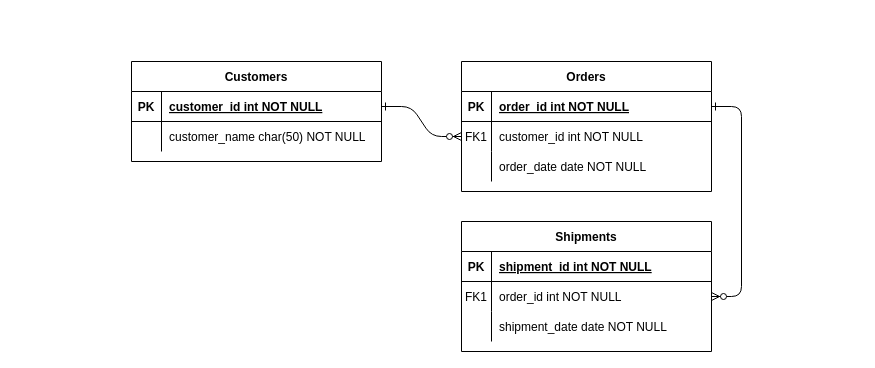
This is Author_Books.drawio from er1k23/DB_Diagrams, a draw.io file, before an edit. Source tidied: cells renumbered, new cells numbered last; positions are measured from the earlier drawing's top-left corner, leaving out a move shared by most shapes. Both pictures are drawn from the tidied source at 100%, with x=0, y=0 at pixel (131, 61).
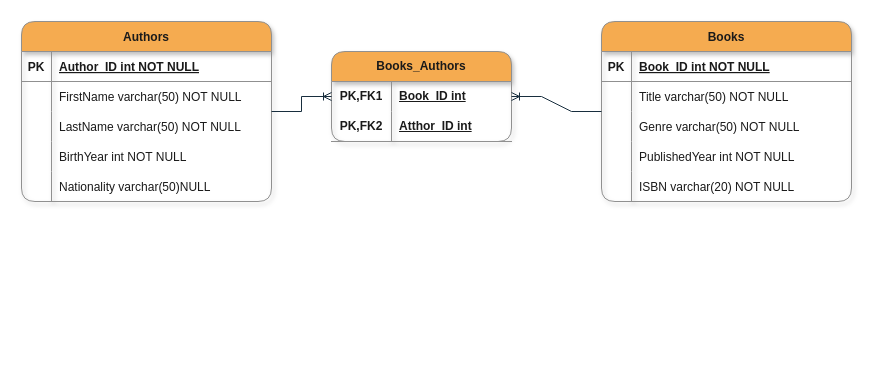
Above is the later version.

Change to the diagram source:
```diff
@@
-    <mxCell id="2" style="edgeStyle=entityRelationEdgeStyle;endArrow=ERzeroToMany;startArrow=ERone;endFill=1;startFill=0;" parent="1" edge="1" source="25" target="8">
-      <mxGeometry relative="1" as="geometry" />
-    </mxCell>
-    <mxCell id="3" style="edgeStyle=entityRelationEdgeStyle;endArrow=ERzeroToMany;startArrow=ERone;endFill=1;startFill=0;" parent="1" edge="1" source="5" target="18">
-      <mxGeometry relative="1" as="geometry" />
-    </mxCell>
-    <mxCell id="4" value="Orders" style="shape=table;startSize=30;childLayout=tableLayout;rowLines=0;fontStyle=1;align=center;" parent="1" vertex="1">
-      <mxGeometry x="330" width="250" height="130" as="geometry" />
+    <mxCell id="4" value="Books" style="shape=table;startSize=30;childLayout=tableLayout;rowLines=0;fontStyle=1;align=center;fillColor=#F5AB50;strokeColor=#909090;shadow=1;rounded=1;labelBackgroundColor=none;fontColor=#1A1A1A;" parent="1" vertex="1">
+      <mxGeometry x="470" y="-40" width="250" height="180" as="geometry" />
     </mxCell>
-    <mxCell id="5" style="shape=partialRectangle;fillColor=none;points=[[0,0.5],[1,0.5]];portConstraint=eastwest;top=0;left=0;right=0;bottom=1;" parent="4" vertex="1">
+    <mxCell id="5" style="shape=partialRectangle;fillColor=none;points=[[0,0.5],[1,0.5]];portConstraint=eastwest;top=0;left=0;right=0;bottom=1;labelBackgroundColor=none;strokeColor=#909090;fontColor=#1A1A1A;" parent="4" vertex="1">
       <mxGeometry y="30" width="250" height="30" as="geometry" />
     </mxCell>
-    <mxCell id="6" value="PK" style="shape=partialRectangle;overflow=hidden;fillColor=none;top=0;left=0;bottom=0;right=0;fontStyle=1;" parent="5" vertex="1">
+    <mxCell id="6" value="PK" style="shape=partialRectangle;overflow=hidden;fillColor=none;top=0;left=0;bottom=0;right=0;fontStyle=1;labelBackgroundColor=none;strokeColor=#909090;fontColor=#1A1A1A;" parent="5" vertex="1">
       <mxGeometry width="30" height="30" as="geometry" />
     </mxCell>
-    <mxCell id="7" value="order_id int NOT NULL " style="shape=partialRectangle;overflow=hidden;fillColor=none;top=0;left=0;bottom=0;right=0;align=left;spacingLeft=6;fontStyle=5;" parent="5" vertex="1">
+    <mxCell id="7" value="Book_ID int NOT NULL " style="shape=partialRectangle;overflow=hidden;fillColor=none;top=0;left=0;bottom=0;right=0;align=left;spacingLeft=6;fontStyle=5;labelBackgroundColor=none;strokeColor=#909090;fontColor=#1A1A1A;" parent="5" vertex="1">
       <mxGeometry x="30" width="220" height="30" as="geometry" />
     </mxCell>
-    <mxCell id="8" style="shape=partialRectangle;fillColor=none;points=[[0,0.5],[1,0.5]];portConstraint=eastwest;top=0;left=0;right=0;bottom=0;" parent="4" vertex="1">
+    <mxCell id="8" style="shape=partialRectangle;fillColor=none;points=[[0,0.5],[1,0.5]];portConstraint=eastwest;top=0;left=0;right=0;bottom=0;labelBackgroundColor=none;strokeColor=#909090;fontColor=#1A1A1A;" parent="4" vertex="1">
       <mxGeometry y="60" width="250" height="30" as="geometry" />
     </mxCell>
-    <mxCell id="9" value="FK1" style="shape=partialRectangle;overflow=hidden;fillColor=none;top=0;left=0;bottom=0;right=0;" parent="8" vertex="1">
+    <mxCell id="9" style="shape=partialRectangle;overflow=hidden;fillColor=none;top=0;left=0;bottom=0;right=0;labelBackgroundColor=none;strokeColor=#909090;fontColor=#1A1A1A;" parent="8" vertex="1">
       <mxGeometry width="30" height="30" as="geometry" />
     </mxCell>
-    <mxCell id="10" value="customer_id int NOT NULL" style="shape=partialRectangle;overflow=hidden;fillColor=none;top=0;left=0;bottom=0;right=0;align=left;spacingLeft=6;" parent="8" vertex="1">
+    <mxCell id="10" value="Title varchar(50) NOT NULL" style="shape=partialRectangle;overflow=hidden;fillColor=none;top=0;left=0;bottom=0;right=0;align=left;spacingLeft=6;labelBackgroundColor=none;strokeColor=#909090;fontColor=#1A1A1A;" parent="8" vertex="1">
       <mxGeometry x="30" width="220" height="30" as="geometry" />
     </mxCell>
-    <mxCell id="11" style="shape=partialRectangle;fillColor=none;top=0;left=0;right=0;bottom=0;" parent="4" vertex="1">
+    <mxCell id="11" style="shape=partialRectangle;fillColor=none;top=0;left=0;right=0;bottom=0;labelBackgroundColor=none;strokeColor=#909090;fontColor=#1A1A1A;" parent="4" vertex="1">
       <mxGeometry y="90" width="250" height="30" as="geometry" />
     </mxCell>
-    <mxCell id="12" style="shape=partialRectangle;overflow=hidden;fillColor=none;top=0;left=0;bottom=0;right=0;" parent="11" vertex="1">
+    <mxCell id="12" style="shape=partialRectangle;overflow=hidden;fillColor=none;top=0;left=0;bottom=0;right=0;labelBackgroundColor=none;strokeColor=#909090;fontColor=#1A1A1A;" parent="11" vertex="1">
       <mxGeometry width="30" height="30" as="geometry" />
     </mxCell>
-    <mxCell id="13" value="order_date date NOT NULL" style="shape=partialRectangle;overflow=hidden;fillColor=none;top=0;left=0;bottom=0;right=0;align=left;spacingLeft=6;" parent="11" vertex="1">
+    <mxCell id="13" value="Genre varchar(50) NOT NULL" style="shape=partialRectangle;overflow=hidden;fillColor=none;top=0;left=0;bottom=0;right=0;align=left;spacingLeft=6;labelBackgroundColor=none;strokeColor=#909090;fontColor=#1A1A1A;" parent="11" vertex="1">
       <mxGeometry x="30" width="220" height="30" as="geometry" />
     </mxCell>
-    <mxCell id="14" value="Shipments" style="shape=table;startSize=30;childLayout=tableLayout;rowLines=0;fontStyle=1;align=center;" parent="1" vertex="1">
-      <mxGeometry x="330" y="160" width="250" height="130" as="geometry" />
-    </mxCell>
-    <mxCell id="15" style="shape=partialRectangle;fillColor=none;top=0;left=0;right=0;bottom=1;" parent="14" vertex="1">
-      <mxGeometry y="30" width="250" height="30" as="geometry" />
-    </mxCell>
-    <mxCell id="16" value="PK" style="shape=partialRectangle;overflow=hidden;fillColor=none;top=0;left=0;bottom=0;right=0;fontStyle=1;" parent="15" vertex="1">
-      <mxGeometry width="30" height="30" as="geometry" />
-    </mxCell>
-    <mxCell id="17" value="shipment_id int NOT NULL " style="shape=partialRectangle;overflow=hidden;fillColor=none;top=0;left=0;bottom=0;right=0;align=left;spacingLeft=6;fontStyle=5;" parent="15" vertex="1">
-      <mxGeometry x="30" width="220" height="30" as="geometry" />
-    </mxCell>
-    <mxCell id="18" style="shape=partialRectangle;fillColor=none;points=[[0,0.5],[1,0.5]];portConstraint=eastwest;top=0;left=0;right=0;bottom=0;" parent="14" vertex="1">
-      <mxGeometry y="60" width="250" height="30" as="geometry" />
-    </mxCell>
-    <mxCell id="19" value="FK1" style="shape=partialRectangle;overflow=hidden;fillColor=none;top=0;left=0;bottom=0;right=0;" parent="18" vertex="1">
-      <mxGeometry width="30" height="30" as="geometry" />
-    </mxCell>
-    <mxCell id="20" value="order_id int NOT NULL" style="shape=partialRectangle;overflow=hidden;fillColor=none;top=0;left=0;bottom=0;right=0;align=left;spacingLeft=6;" parent="18" vertex="1">
-      <mxGeometry x="30" width="220" height="30" as="geometry" />
-    </mxCell>
-    <mxCell id="21" style="shape=partialRectangle;fillColor=none;top=0;left=0;right=0;bottom=0;" parent="14" vertex="1">
-      <mxGeometry y="90" width="250" height="30" as="geometry" />
-    </mxCell>
-    <mxCell id="22" style="shape=partialRectangle;overflow=hidden;fillColor=none;top=0;left=0;bottom=0;right=0;" parent="21" vertex="1">
-      <mxGeometry width="30" height="30" as="geometry" />
-    </mxCell>
-    <mxCell id="23" value="shipment_date date NOT NULL" style="shape=partialRectangle;overflow=hidden;fillColor=none;top=0;left=0;bottom=0;right=0;align=left;spacingLeft=6;" parent="21" vertex="1">
-      <mxGeometry x="30" width="220" height="30" as="geometry" />
-    </mxCell>
+    <mxCell id="31" style="shape=partialRectangle;fillColor=none;top=0;left=0;right=0;bottom=0;labelBackgroundColor=none;strokeColor=#909090;fontColor=#1A1A1A;" parent="4" vertex="1">
+      <mxGeometry y="120" width="250" height="30" as="geometry" />
+    </mxCell>
+    <mxCell id="32" style="shape=partialRectangle;overflow=hidden;fillColor=none;top=0;left=0;bottom=0;right=0;labelBackgroundColor=none;strokeColor=#909090;fontColor=#1A1A1A;" parent="31" vertex="1">
+      <mxGeometry width="30" height="30" as="geometry" />
+    </mxCell>
+    <mxCell id="33" value="PublishedYear int NOT NULL" style="shape=partialRectangle;overflow=hidden;fillColor=none;top=0;left=0;bottom=0;right=0;align=left;spacingLeft=6;labelBackgroundColor=none;strokeColor=#909090;fontColor=#1A1A1A;" parent="31" vertex="1">
+      <mxGeometry x="30" width="220" height="30" as="geometry" />
+    </mxCell>
+    <mxCell id="34" style="shape=partialRectangle;fillColor=none;top=0;left=0;right=0;bottom=0;labelBackgroundColor=none;strokeColor=#909090;fontColor=#1A1A1A;" parent="4" vertex="1">
+      <mxGeometry y="150" width="250" height="30" as="geometry" />
+    </mxCell>
+    <mxCell id="35" style="shape=partialRectangle;overflow=hidden;fillColor=none;top=0;left=0;bottom=0;right=0;labelBackgroundColor=none;strokeColor=#909090;fontColor=#1A1A1A;" parent="34" vertex="1">
+      <mxGeometry width="30" height="30" as="geometry" />
+    </mxCell>
+    <mxCell id="36" value="ISBN varchar(20) NOT NULL" style="shape=partialRectangle;overflow=hidden;fillColor=none;top=0;left=0;bottom=0;right=0;align=left;spacingLeft=6;labelBackgroundColor=none;strokeColor=#909090;fontColor=#1A1A1A;" parent="34" vertex="1">
+      <mxGeometry x="30" width="220" height="30" as="geometry" />
+    </mxCell>
-    <mxCell id="24" value="Customers" style="shape=table;startSize=30;childLayout=tableLayout;rowLines=0;fontStyle=1;align=center;" parent="1" vertex="1">
-      <mxGeometry width="250" height="100" as="geometry" />
+    <mxCell id="24" value="Authors" style="shape=table;startSize=30;childLayout=tableLayout;rowLines=0;fontStyle=1;align=center;fillColor=#F5AB50;strokeColor=#909090;swimlaneLine=1;shadow=1;rounded=1;labelBackgroundColor=none;fontColor=#1A1A1A;" parent="1" vertex="1">
+      <mxGeometry x="-110" y="-40" width="250" height="180" as="geometry" />
     </mxCell>
-    <mxCell id="25" style="shape=partialRectangle;fillColor=none;points=[[0,0.5],[1,0.5]];portConstraint=eastwest;top=0;left=0;right=0;bottom=1;" parent="24" vertex="1">
+    <mxCell id="25" style="shape=partialRectangle;fillColor=none;points=[[0,0.5],[1,0.5]];portConstraint=eastwest;top=0;left=0;right=0;bottom=1;labelBackgroundColor=none;strokeColor=#909090;fontColor=#1A1A1A;" parent="24" vertex="1">
       <mxGeometry y="30" width="250" height="30" as="geometry" />
     </mxCell>
-    <mxCell id="26" value="PK" style="shape=partialRectangle;overflow=hidden;fillColor=none;top=0;left=0;bottom=0;right=0;fontStyle=1;" parent="25" vertex="1">
+    <mxCell id="26" value="PK" style="shape=partialRectangle;overflow=hidden;fillColor=none;top=0;left=0;bottom=0;right=0;fontStyle=1;labelBackgroundColor=none;strokeColor=#909090;fontColor=#1A1A1A;" parent="25" vertex="1">
       <mxGeometry width="30" height="30" as="geometry" />
     </mxCell>
-    <mxCell id="27" value="customer_id int NOT NULL " style="shape=partialRectangle;overflow=hidden;fillColor=none;top=0;left=0;bottom=0;right=0;align=left;spacingLeft=6;fontStyle=5;" parent="25" vertex="1">
+    <mxCell id="27" value="Author_ID int NOT NULL " style="shape=partialRectangle;overflow=hidden;fillColor=none;top=0;left=0;bottom=0;right=0;align=left;spacingLeft=6;fontStyle=5;labelBackgroundColor=none;strokeColor=#909090;fontColor=#1A1A1A;" parent="25" vertex="1">
       <mxGeometry x="30" width="220" height="30" as="geometry" />
     </mxCell>
-    <mxCell id="28" style="shape=partialRectangle;fillColor=none;top=0;left=0;right=0;bottom=0;" parent="24" vertex="1">
+    <mxCell id="28" style="shape=partialRectangle;fillColor=none;top=0;left=0;right=0;bottom=0;labelBackgroundColor=none;strokeColor=#909090;fontColor=#1A1A1A;" parent="24" vertex="1">
       <mxGeometry y="60" width="250" height="30" as="geometry" />
     </mxCell>
-    <mxCell id="29" style="shape=partialRectangle;overflow=hidden;fillColor=none;top=0;left=0;bottom=0;right=0;" parent="28" vertex="1">
+    <mxCell id="29" value="&#10;" style="shape=partialRectangle;overflow=hidden;fillColor=none;top=0;left=0;bottom=0;right=0;labelBackgroundColor=none;strokeColor=#909090;fontColor=#1A1A1A;" parent="28" vertex="1">
       <mxGeometry width="30" height="30" as="geometry" />
     </mxCell>
-    <mxCell id="30" value="customer_name char(50) NOT NULL" style="shape=partialRectangle;overflow=hidden;fillColor=none;top=0;left=0;bottom=0;right=0;align=left;spacingLeft=6;" parent="28" vertex="1">
+    <mxCell id="30" value="FirstName varchar(50) NOT NULL" style="shape=partialRectangle;overflow=hidden;fillColor=none;top=0;left=0;bottom=0;right=0;align=left;spacingLeft=6;labelBackgroundColor=none;strokeColor=#909090;fontColor=#1A1A1A;" parent="28" vertex="1">
       <mxGeometry x="30" width="220" height="30" as="geometry" />
     </mxCell>
+    <mxCell id="37" style="shape=partialRectangle;fillColor=none;top=0;left=0;right=0;bottom=0;labelBackgroundColor=none;strokeColor=#909090;fontColor=#1A1A1A;" parent="24" vertex="1">
+      <mxGeometry y="90" width="250" height="30" as="geometry" />
+    </mxCell>
+    <mxCell id="38" value="&#10;" style="shape=partialRectangle;overflow=hidden;fillColor=none;top=0;left=0;bottom=0;right=0;labelBackgroundColor=none;strokeColor=#909090;fontColor=#1A1A1A;" parent="37" vertex="1">
+      <mxGeometry width="30" height="30" as="geometry" />
+    </mxCell>
+    <mxCell id="39" value="LastName varchar(50) NOT NULL" style="shape=partialRectangle;overflow=hidden;fillColor=none;top=0;left=0;bottom=0;right=0;align=left;spacingLeft=6;labelBackgroundColor=none;strokeColor=#909090;fontColor=#1A1A1A;" parent="37" vertex="1">
+      <mxGeometry x="30" width="220" height="30" as="geometry" />
+    </mxCell>
+    <mxCell id="40" style="shape=partialRectangle;fillColor=none;top=0;left=0;right=0;bottom=0;labelBackgroundColor=none;strokeColor=#909090;fontColor=#1A1A1A;" parent="24" vertex="1">
+      <mxGeometry y="120" width="250" height="30" as="geometry" />
+    </mxCell>
+    <mxCell id="41" value="&#10;" style="shape=partialRectangle;overflow=hidden;fillColor=none;top=0;left=0;bottom=0;right=0;labelBackgroundColor=none;strokeColor=#909090;fontColor=#1A1A1A;" parent="40" vertex="1">
+      <mxGeometry width="30" height="30" as="geometry" />
+    </mxCell>
+    <mxCell id="42" value="BirthYear int NOT NULL" style="shape=partialRectangle;overflow=hidden;fillColor=none;top=0;left=0;bottom=0;right=0;align=left;spacingLeft=6;labelBackgroundColor=none;strokeColor=#909090;fontColor=#1A1A1A;" parent="40" vertex="1">
+      <mxGeometry x="30" width="220" height="30" as="geometry" />
+    </mxCell>
+    <mxCell id="43" style="shape=partialRectangle;fillColor=none;top=0;left=0;right=0;bottom=0;labelBackgroundColor=none;strokeColor=#909090;fontColor=#1A1A1A;" parent="24" vertex="1">
+      <mxGeometry y="150" width="250" height="30" as="geometry" />
+    </mxCell>
+    <mxCell id="44" value="&#10;" style="shape=partialRectangle;overflow=hidden;fillColor=none;top=0;left=0;bottom=0;right=0;labelBackgroundColor=none;strokeColor=#909090;fontColor=#1A1A1A;" parent="43" vertex="1">
+      <mxGeometry width="30" height="30" as="geometry" />
+    </mxCell>
+    <mxCell id="45" value="Nationality varchar(50)NULL" style="shape=partialRectangle;overflow=hidden;fillColor=none;top=0;left=0;bottom=0;right=0;align=left;spacingLeft=6;labelBackgroundColor=none;strokeColor=#909090;fontColor=#1A1A1A;" parent="43" vertex="1">
+      <mxGeometry x="30" width="220" height="30" as="geometry" />
+    </mxCell>
+    <mxCell id="46" value="Books_Authors" style="shape=table;startSize=30;childLayout=tableLayout;rowLines=0;fontStyle=1;align=center;html=1;whiteSpace=wrap;labelBackgroundColor=none;fillColor=#F5AB50;strokeColor=#909090;fontColor=#1A1A1A;rounded=1;shadow=1;" parent="1" vertex="1">
+      <mxGeometry x="200" y="-10" width="180" height="90" as="geometry" />
+    </mxCell>
+    <mxCell id="47" style="shape=tableRow;horizontal=0;startSize=0;swimlaneHead=0;swimlaneBody=0;fillColor=none;points=[[0,0.5],[1,0.5]];portConstraint=eastwest;top=0;left=0;right=0;bottom=0;html=1;labelBackgroundColor=none;strokeColor=#909090;fontColor=#1A1A1A;" parent="46" vertex="1">
+      <mxGeometry y="30" width="180" height="30" as="geometry" />
+    </mxCell>
+    <mxCell id="48" value="PK,FK1" style="shape=partialRectangle;fillColor=none;top=0;left=0;bottom=0;right=0;fontStyle=1;overflow=hidden;html=1;whiteSpace=wrap;labelBackgroundColor=none;strokeColor=#909090;fontColor=#1A1A1A;" parent="47" vertex="1">
+      <mxGeometry width="60" height="30" as="geometry" />
+    </mxCell>
+    <mxCell id="49" value="Book_ID int" style="shape=partialRectangle;fillColor=none;top=0;left=0;bottom=0;right=0;align=left;spacingLeft=6;fontStyle=5;overflow=hidden;html=1;whiteSpace=wrap;labelBackgroundColor=none;strokeColor=#909090;fontColor=#1A1A1A;" parent="47" vertex="1">
+      <mxGeometry x="60" width="120" height="30" as="geometry" />
+    </mxCell>
+    <mxCell id="50" style="shape=tableRow;horizontal=0;startSize=0;swimlaneHead=0;swimlaneBody=0;fillColor=none;top=0;left=0;right=0;bottom=1;html=1;labelBackgroundColor=none;strokeColor=#909090;fontColor=#1A1A1A;" parent="46" vertex="1">
+      <mxGeometry y="60" width="180" height="30" as="geometry" />
+    </mxCell>
+    <mxCell id="51" value="PK,FK2" style="shape=partialRectangle;fillColor=none;top=0;left=0;bottom=0;right=0;fontStyle=1;overflow=hidden;html=1;whiteSpace=wrap;labelBackgroundColor=none;strokeColor=#909090;fontColor=#1A1A1A;" parent="50" vertex="1">
+      <mxGeometry width="60" height="30" as="geometry" />
+    </mxCell>
+    <mxCell id="52" value="Atthor_ID int" style="shape=partialRectangle;fillColor=none;top=0;left=0;bottom=0;right=0;align=left;spacingLeft=6;fontStyle=5;overflow=hidden;html=1;whiteSpace=wrap;labelBackgroundColor=none;strokeColor=#909090;fontColor=#1A1A1A;" parent="50" vertex="1">
+      <mxGeometry x="60" width="120" height="30" as="geometry" />
+    </mxCell>
+    <mxCell id="53" style="edgeStyle=entityRelationEdgeStyle;fontSize=12;html=1;endArrow=ERoneToMany;rounded=0;strokeColor=#182E3E;fontColor=#1A1A1A;" parent="1" edge="1" source="4" target="46">
+      <mxGeometry relative="1" as="geometry">
+        <Array as="points">
+          <mxPoint x="520" y="120" />
+          <mxPoint x="510" y="150" />
+          <mxPoint x="320" y="10" />
+          <mxPoint x="490" y="210" />
+        </Array>
+      </mxGeometry>
+    </mxCell>
+    <mxCell id="54" style="edgeStyle=entityRelationEdgeStyle;fontSize=12;html=1;endArrow=ERoneToMany;rounded=0;strokeColor=#182E3E;fontColor=#1A1A1A;" parent="1" edge="1" source="24" target="47">
+      <mxGeometry relative="1" as="geometry">
+        <Array as="points">
+          <mxPoint x="60" y="200" />
+        </Array>
+      </mxGeometry>
+    </mxCell>
```
